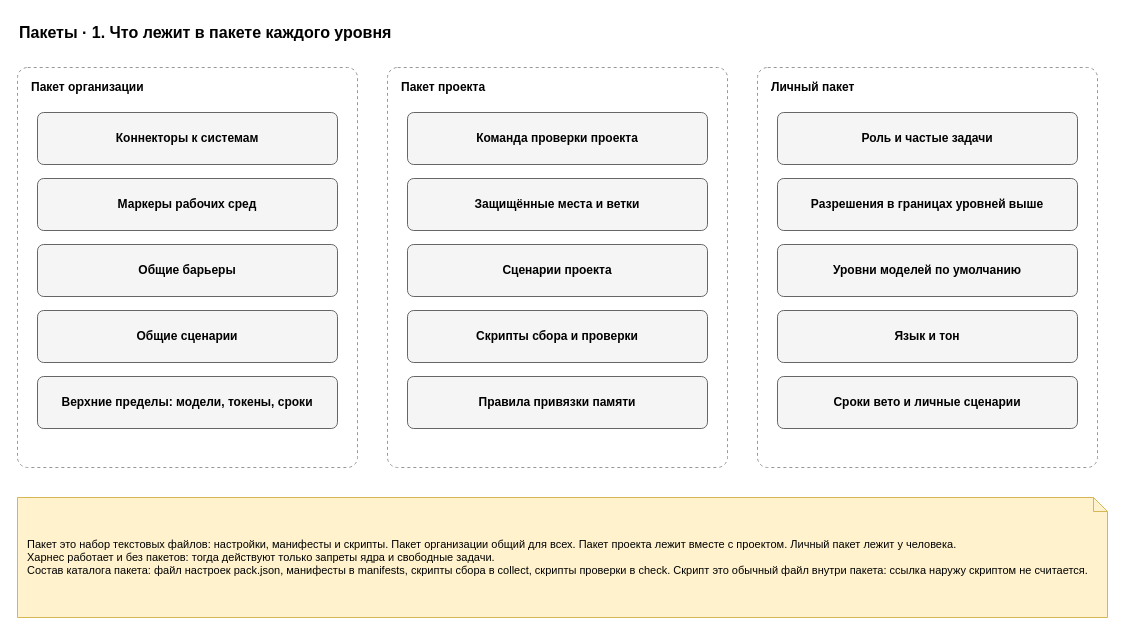
The draw.io diagram page "1. Состав" (1 of 5) of docs/spec/harness-packs.drawio in roygkov/reins, before the edit. Source tidied: cells renumbered, new cells numbered last; positions are measured from the earlier drawing's top-left corner, leaving out a move shared by most shapes. Both pictures are drawn from the tidied source at 100%, with x=0, y=0 at pixel (17, 17).
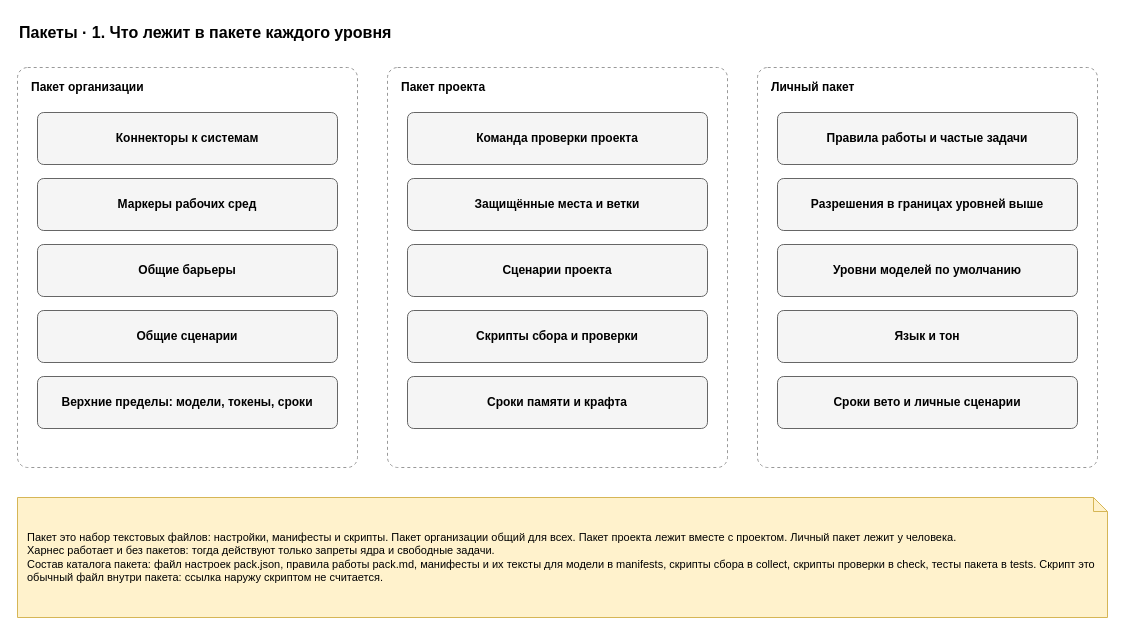
The same page after the edit.

Diff of the diagram source:
```diff
@@
-    <mxCell id="14" value="&lt;b&gt;Правила привязки памяти&lt;/b&gt;" style="rounded=1;whiteSpace=wrap;html=1;fillColor=#f5f5f5;strokeColor=#666666;arcSize=12;" parent="1" vertex="1">
+    <mxCell id="14" value="&lt;b&gt;Сроки памяти и крафта&lt;/b&gt;" style="rounded=1;whiteSpace=wrap;html=1;fillColor=#f5f5f5;strokeColor=#666666;arcSize=12;" parent="1" vertex="1">
       <mxGeometry x="390" y="359" width="300" height="52" as="geometry" />
     </mxCell>
@@
-    <mxCell id="16" value="&lt;b&gt;Роль и частые задачи&lt;/b&gt;" style="rounded=1;whiteSpace=wrap;html=1;fillColor=#f5f5f5;strokeColor=#666666;arcSize=12;" parent="1" vertex="1">
+    <mxCell id="16" value="&lt;b&gt;Правила работы и частые задачи&lt;/b&gt;" style="rounded=1;whiteSpace=wrap;html=1;fillColor=#f5f5f5;strokeColor=#666666;arcSize=12;" parent="1" vertex="1">
       <mxGeometry x="760" y="95" width="300" height="52" as="geometry" />
     </mxCell>
@@
-    <mxCell id="21" value="Пакет это набор текстовых файлов: настройки, манифесты и скрипты. Пакет организации общий для всех. Пакет проекта лежит вместе с проектом. Личный пакет лежит у человека.&lt;br&gt;Харнес работает и без пакетов: тогда действуют только запреты ядра и свободные задачи.&lt;br&gt;Состав каталога пакета: файл настроек pack.json, манифесты в manifests, скрипты сбора в collect, скрипты проверки в check. Скрипт это обычный файл внутри пакета: ссылка наружу скриптом не считается." style="shape=note;whiteSpace=wrap;html=1;backgroundOutline=1;size=14;fillColor=#fff2cc;strokeColor=#d6b656;align=left;spacingLeft=8;spacingRight=8;fontSize=11;" parent="1" vertex="1">
+    <mxCell id="21" value="Пакет это набор текстовых файлов: настройки, манифесты и скрипты. Пакет организации общий для всех. Пакет проекта лежит вместе с проектом. Личный пакет лежит у человека.&lt;br&gt;Харнес работает и без пакетов: тогда действуют только запреты ядра и свободные задачи.&lt;br&gt;Состав каталога пакета: файл настроек pack.json, правила работы pack.md, манифесты и их тексты для модели в manifests, скрипты сбора в collect, скрипты проверки в check, тесты пакета в tests. Скрипт это обычный файл внутри пакета: ссылка наружу скриптом не считается." style="shape=note;whiteSpace=wrap;html=1;backgroundOutline=1;size=14;fillColor=#fff2cc;strokeColor=#d6b656;align=left;spacingLeft=8;spacingRight=8;fontSize=11;" parent="1" vertex="1">
       <mxGeometry y="480" width="1090" height="120" as="geometry" />
     </mxCell>
```
